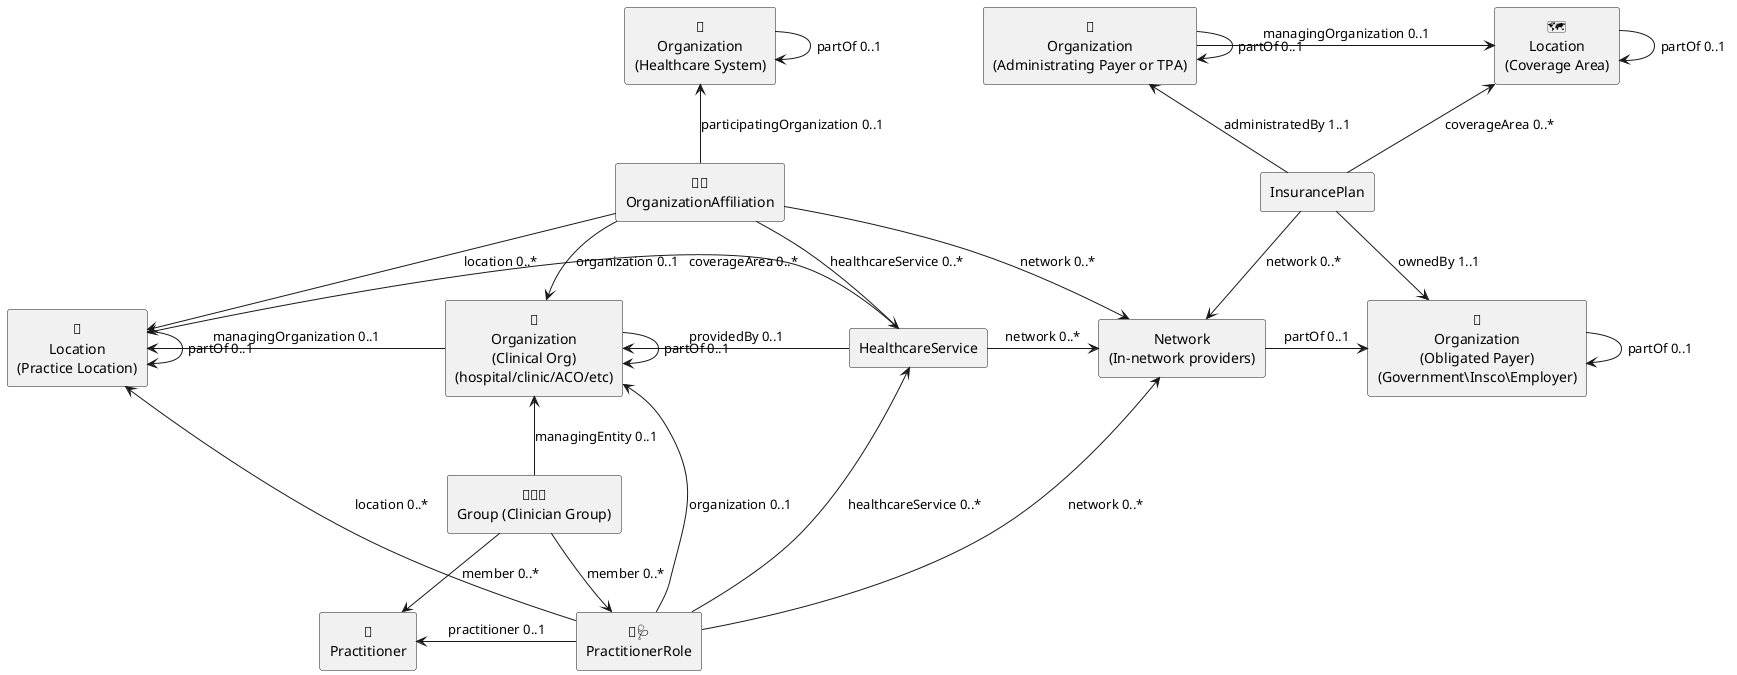
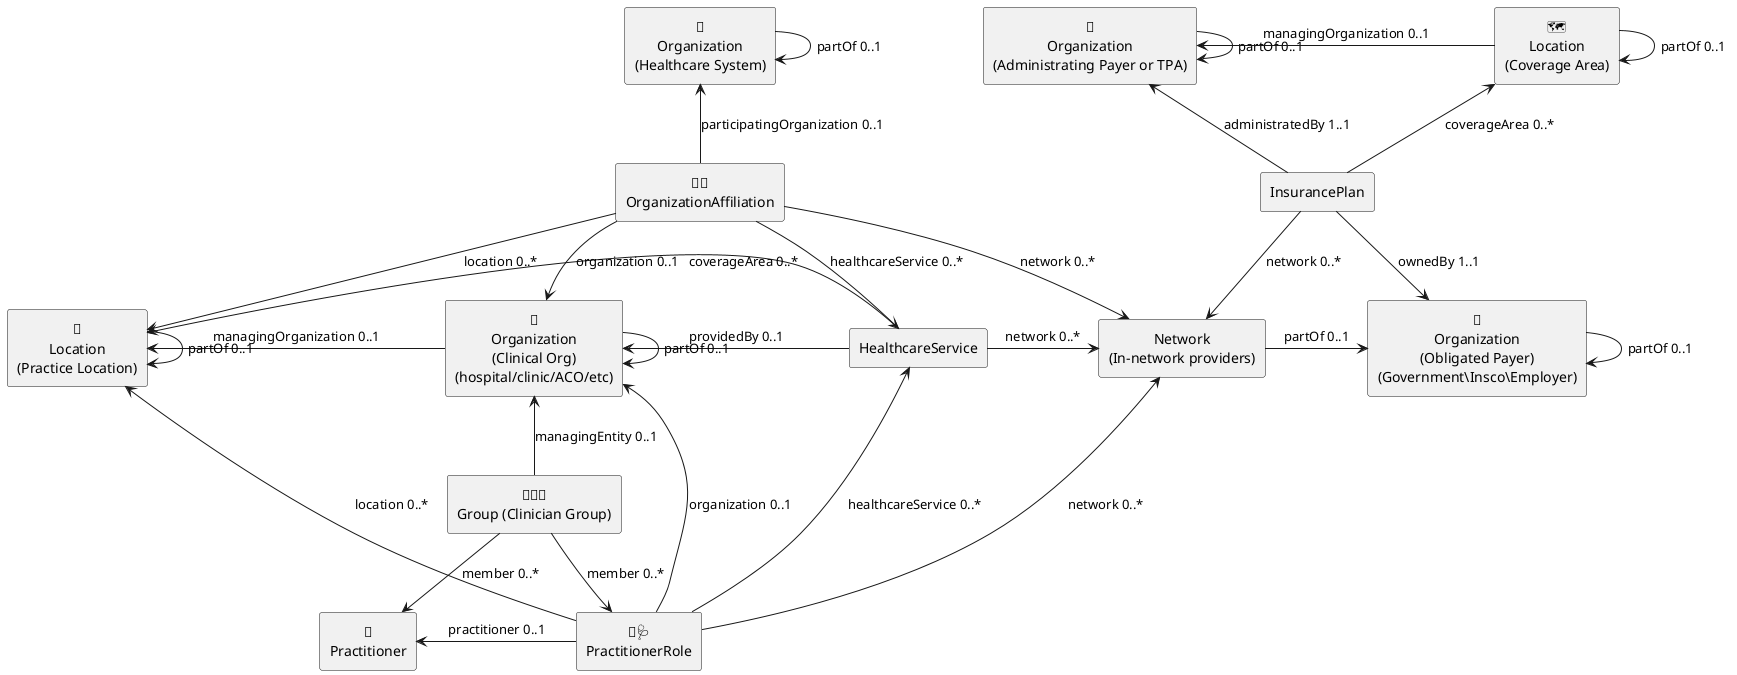
@startuml
- 
+ skinparam svgDimensionStyle false
skinparam defaultTextAlignment center

agent "🏢🏢\nOrganizationAffiliation" as orgAff
agent "🏢\nOrganization\n(Administrating Payer or TPA)" as orgIns2
agent "🏢\nOrganization\n(Obligated Payer)\n(Government\Insco\Employer)" as orgIns1
agent "🏢\nOrganization\n(Healthcare System)" as orgOrgAff
agent "🏥\nOrganization\n(Clinical Org)\n(hospital/clinic/ACO/etc)" as orgOrgPrac
agent "🗺️\nLocation\n(Coverage Area)" as locIns
agent "📍\nLocation\n(Practice Location)" as locOrgPrac
agent "Network\n(In-network providers)" as network
agent HealthcareService as service
agent InsurancePlan as insurance
agent "👤🩺\nPractitionerRole" as pracRole
agent "👤\nPractitioner" as practitioner
agent "🧑‍🤝‍🧑\nGroup (Clinician Group)" as group

pracRole -up-> network: "network 0..*"
pracRole -up-> orgOrgPrac: "organization 0..1"
pracRole -up-> service: "healthcareService 0..*"
group -up-> orgOrgPrac: "managingEntity 0..1"
group -down-> practitioner: "member 0..*"
group -down-> pracRole: "member 0..*"
service -left->orgOrgPrac: "providedBy 0..1"
service -left->locOrgPrac: "coverageArea 0..*"
service -right->network: "network 0..*"
pracRole -up-> locOrgPrac: "location 0..*"
orgAff -down-> network: "network 0..*"
orgAff -down-> orgOrgPrac: "organization 0..1"
orgAff -down-> service: "healthcareService 0..*"
orgAff -down-> locOrgPrac: "location 0..*"


orgAff -up-> orgOrgAff: "participatingOrganization 0..1"
insurance -down-> network: "network 0..*"
insurance -up-> locIns: "coverageArea 0..*"
orgOrgPrac -left-> locOrgPrac: "managingOrganization 0..1"
insurance -up-> orgIns2: "administratedBy 1..1"
insurance -down-> orgIns1: "ownedBy 1..1"
network -right-> orgIns1: "partOf 0..1"

pracRole -left-> practitioner: "practitioner 0..1"

locOrgPrac -right-> locOrgPrac : "partOf 0..1"
locIns -right-> locIns : "partOf 0..1"
orgOrgPrac -right-> orgOrgPrac : "partOf 0..1"
orgIns1 -right-> orgIns1 : "partOf 0..1"
orgIns2 -right-> orgIns2 : "partOf 0..1"
- orgIns2 -right-> locIns: "managingOrganization 0..1"
+ orgIns2 <-right- locIns: "managingOrganization 0..1"
orgOrgAff -right-> orgOrgAff : "partOf 0..1"

- @enduml+ @enduml
